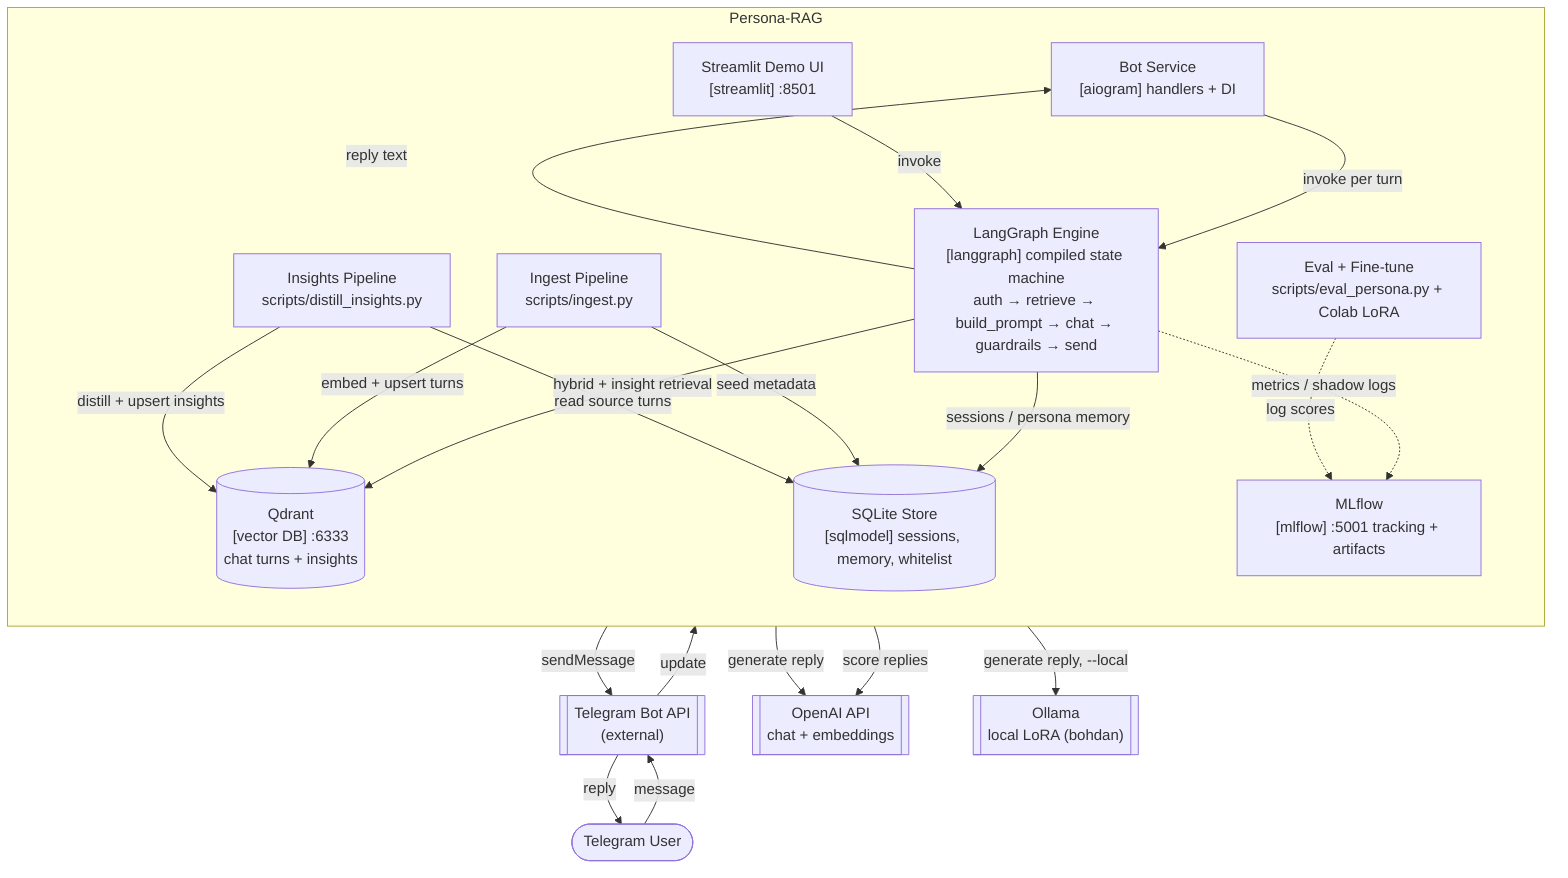
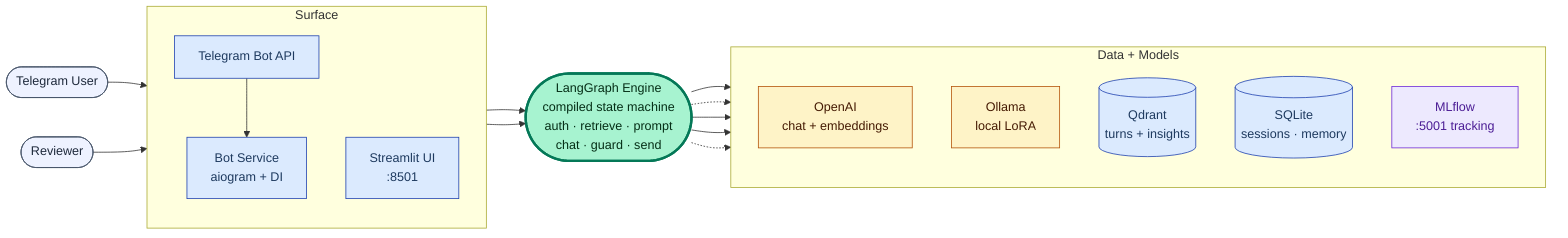
- %% C4 Level 2: Container diagram for Persona-RAG
- %% Rendered as a standard Mermaid flowchart (GitHub-compatible).
- flowchart TB
+ %% C4 Level 2: Container diagram for Persona-RAG (runtime containers).
+ %% Standard Mermaid flowchart (GitHub-compatible). Left-to-right layers.
+ %% Every node pins an explicit text color so it stays readable on GitHub's
+ %% light AND dark themes. Offline batch pipelines have their own diagrams
+ %% (see DATA-PIPELINE.md and INSIGHTS.md).
+ flowchart LR
    user([Telegram User])
-     tg[["Telegram Bot API<br/>(external)"]]
-     openai[["OpenAI API<br/>chat + embeddings"]]
-     ollama[["Ollama<br/>local LoRA (bohdan)"]]
+     reviewer([Reviewer])

-     subgraph PRAG["Persona-RAG"]
+     subgraph surface["Surface"]
        direction TB
- 
-         bot["Bot Service<br/>[aiogram] handlers + DI"]
-         engine["LangGraph Engine<br/>[langgraph] compiled state machine<br/>auth → retrieve → build_prompt → chat → guardrails → send"]
-         demo["Streamlit Demo UI<br/>[streamlit] :8501"]
- 
-         qdrant[("Qdrant<br/>[vector DB] :6333<br/>chat turns + insights")]
-         sqlite[("SQLite Store<br/>[sqlmodel] sessions, memory, whitelist")]
-         mlflow["MLflow<br/>[mlflow] :5001 tracking + artifacts"]
- 
-         ingest["Ingest Pipeline<br/>scripts/ingest.py"]
-         insights["Insights Pipeline<br/>scripts/distill_insights.py"]
-         evalft["Eval + Fine-tune<br/>scripts/eval_persona.py + Colab LoRA"]
+         tg["Telegram Bot API"]
+         bot["Bot Service<br/>aiogram + DI"]
+         demo["Streamlit UI<br/>:8501"]
    end

-     %% Runtime request path
-     user -->|message| tg
-     tg -->|update| bot
-     bot -->|invoke per turn| engine
-     engine -->|hybrid + insight retrieval| qdrant
-     engine -->|sessions / persona memory| sqlite
-     engine -->|generate reply| openai
-     engine -->|generate reply, --local| ollama
-     engine -->|reply text| bot
-     bot -->|sendMessage| tg
-     tg -->|reply| user
+     engine(["LangGraph Engine<br/>compiled state machine<br/>auth · retrieve · prompt<br/>chat · guard · send"])

-     %% Demo UI shares the engine
-     demo -->|invoke| engine
+     subgraph data["Data + Models"]
+         direction TB
+         openai["OpenAI<br/>chat + embeddings"]
+         ollama["Ollama<br/>local LoRA"]
+         qdrant[("Qdrant<br/>turns + insights")]
+         sqlite[("SQLite<br/>sessions · memory")]
+         mlflow["MLflow<br/>:5001 tracking"]
+     end

-     %% Batch pipelines write the stores
-     ingest -->|embed + upsert turns| qdrant
-     ingest -->|seed metadata| sqlite
-     insights -->|distill + upsert insights| qdrant
-     insights -->|read source turns| sqlite
+     user --> tg
+     tg --> bot
+     reviewer --> demo
+     bot --> engine
+     demo --> engine
+     engine --> openai
+     engine -.-> ollama
+     engine --> qdrant
+     engine --> sqlite
+     engine -.-> mlflow

-     %% Observability + offline eval
-     engine -.->|metrics / shadow logs| mlflow
-     evalft -.->|log scores| mlflow
-     evalft -->|score replies| openai
+     classDef client fill:#eef2ff,stroke:#475569,color:#1e293b;
+     classDef surf fill:#dbeafe,stroke:#1e40af,color:#1e3a5f;
+     classDef eng fill:#a7f3d0,stroke:#047857,stroke-width:3px,color:#052e16;
+     classDef store fill:#dbeafe,stroke:#1e40af,color:#1e3a5f;
+     classDef model fill:#fef3c7,stroke:#b45309,color:#451a03;
+     classDef obs fill:#ede9fe,stroke:#6d28d9,color:#4c1d95;
+ 
+     class user,reviewer client;
+     class tg,bot,demo surf;
+     class engine eng;
+     class qdrant,sqlite store;
+     class openai,ollama model;
+     class mlflow obs;
